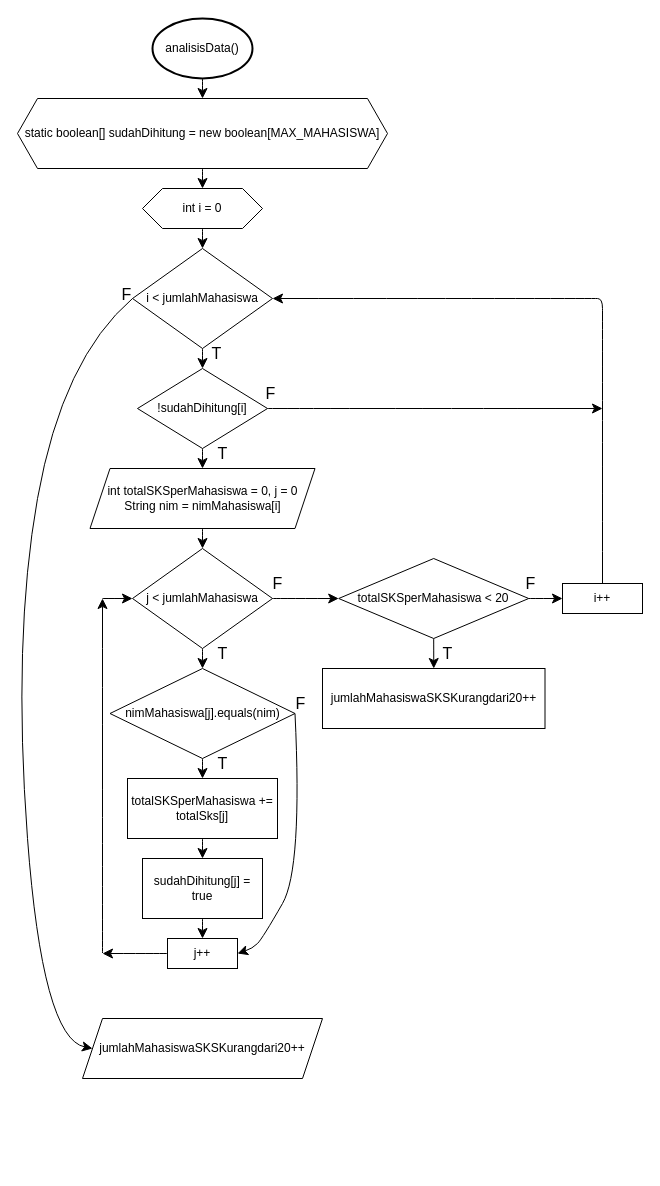
Before: page "analisisData()" (4 of 4) of flowchart kelompok 7.drawio in Dzaky-Hadyan/project-besar-daspro, a draw.io diagram. Source tidied: cells renumbered, new cells numbered last; positions are measured from the earlier drawing's top-left corner, leaving out a move shared by most shapes. Both pictures are drawn from the tidied source at 100%, with x=0, y=0 at pixel (12, 18).
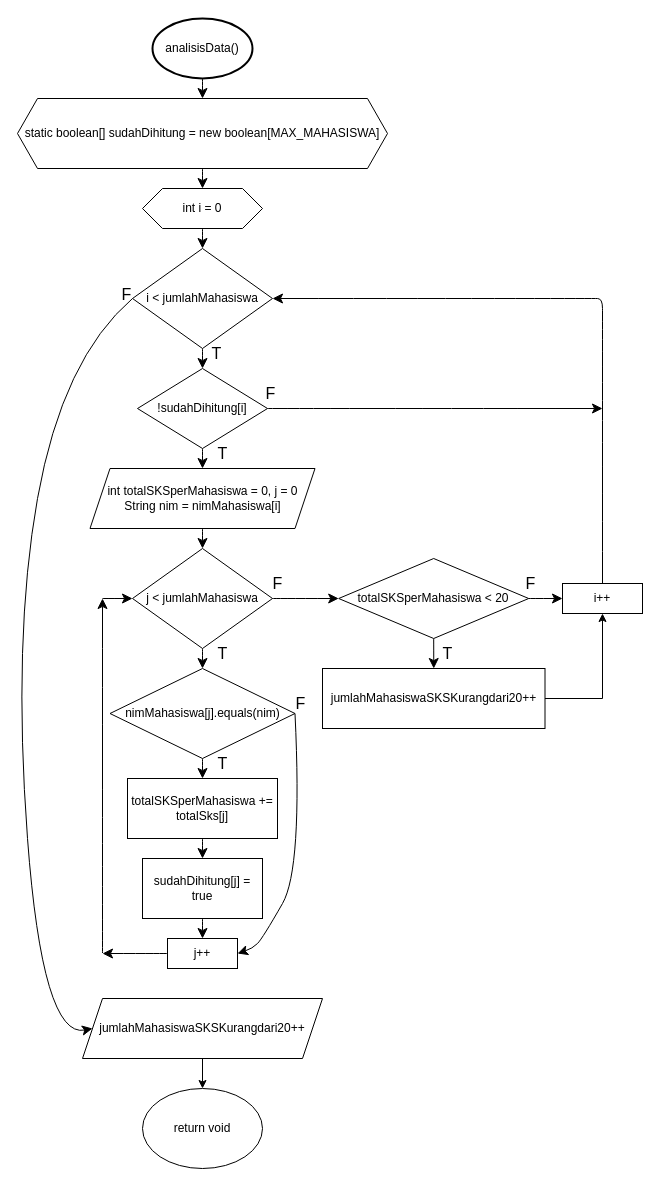
The same page after the edit.

Unchanged cells that the change refers to:
```xml
<mxCell id="32" value="jumlahMahasiswaSKSKurangdari20++" style="rounded=0;whiteSpace=wrap;html=1;" parent="1" vertex="1">
  <mxGeometry x="310" y="650" width="222.5" height="60" as="geometry" />
</mxCell>
<mxCell id="38" value="i++" style="rounded=0;whiteSpace=wrap;html=1;" parent="1" vertex="1">
  <mxGeometry x="550" y="565" width="80" height="30" as="geometry" />
</mxCell>
```

Diff of the diagram source:
```diff
@@
+    <mxCell id="47" style="edgeStyle=orthogonalEdgeStyle;rounded=0;jettySize=auto;html=1;exitX=1;exitY=0.5;exitDx=0;exitDy=0;entryX=0.5;entryY=1;entryDx=0;entryDy=0;" parent="1" edge="1" source="32" target="38">
+      <mxGeometry relative="1" as="geometry" />
+    </mxCell>
@@
+    <mxCell id="48" style="edgeStyle=orthogonalEdgeStyle;rounded=0;jettySize=auto;html=1;exitX=0.5;exitY=1;exitDx=0;exitDy=0;entryX=0.5;entryY=0;entryDx=0;entryDy=0;" parent="1" edge="1" source="40" target="49">
+      <mxGeometry relative="1" as="geometry" />
+    </mxCell>
     <mxCell id="40" value="jumlahMahasiswaSKSKurangdari20++" style="shape=parallelogram;perimeter=parallelogramPerimeter;whiteSpace=wrap;html=1;fixedSize=1;" parent="1" vertex="1">
-      <mxGeometry x="70" y="1000" width="240" height="60" as="geometry" />
+      <mxGeometry x="70" y="980" width="240" height="60" as="geometry" />
     </mxCell>
@@
+    <mxCell id="49" value="return void" style="ellipse;whiteSpace=wrap;html=1;" parent="1" vertex="1">
+      <mxGeometry x="130" y="1070" width="120" height="80" as="geometry" />
+    </mxCell>
```
